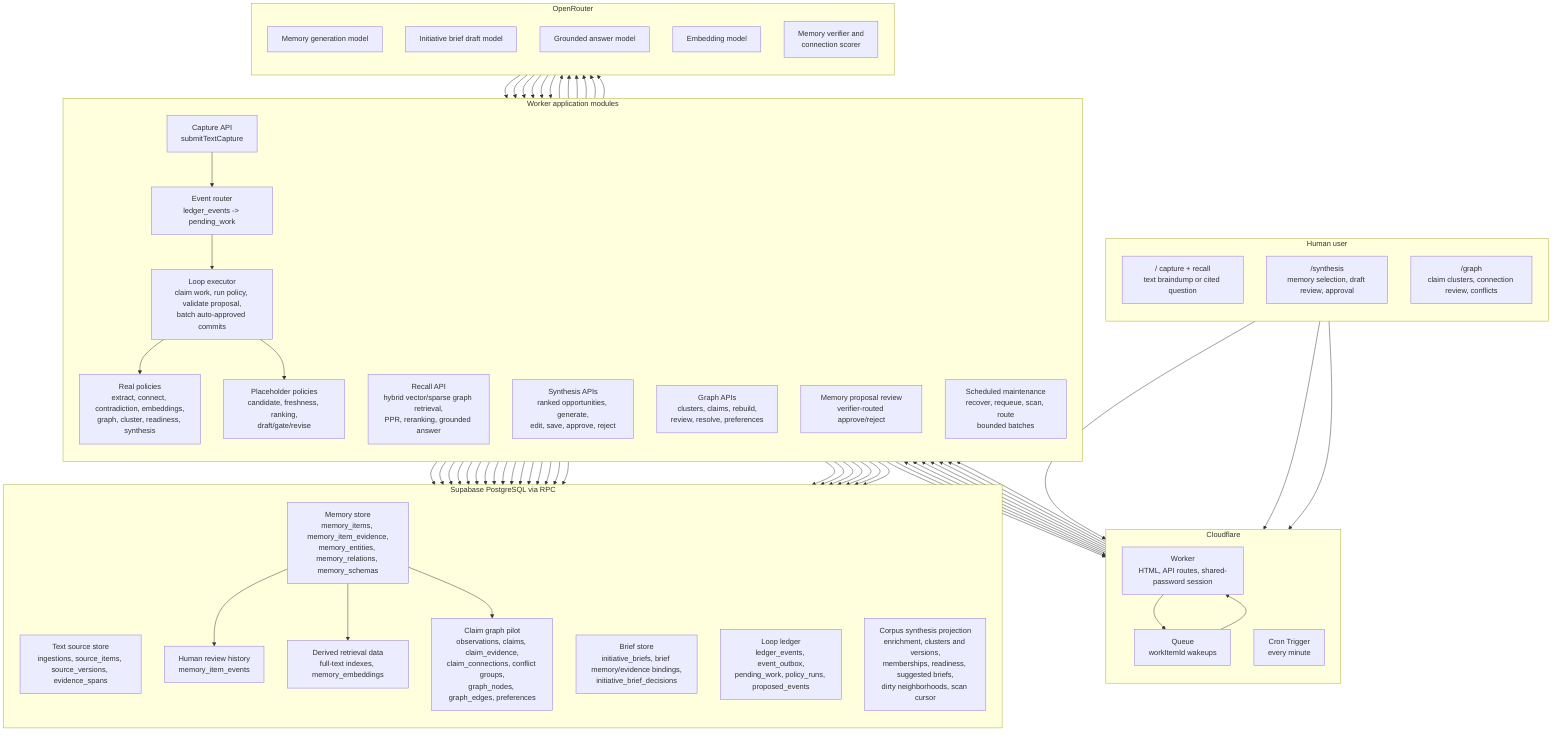
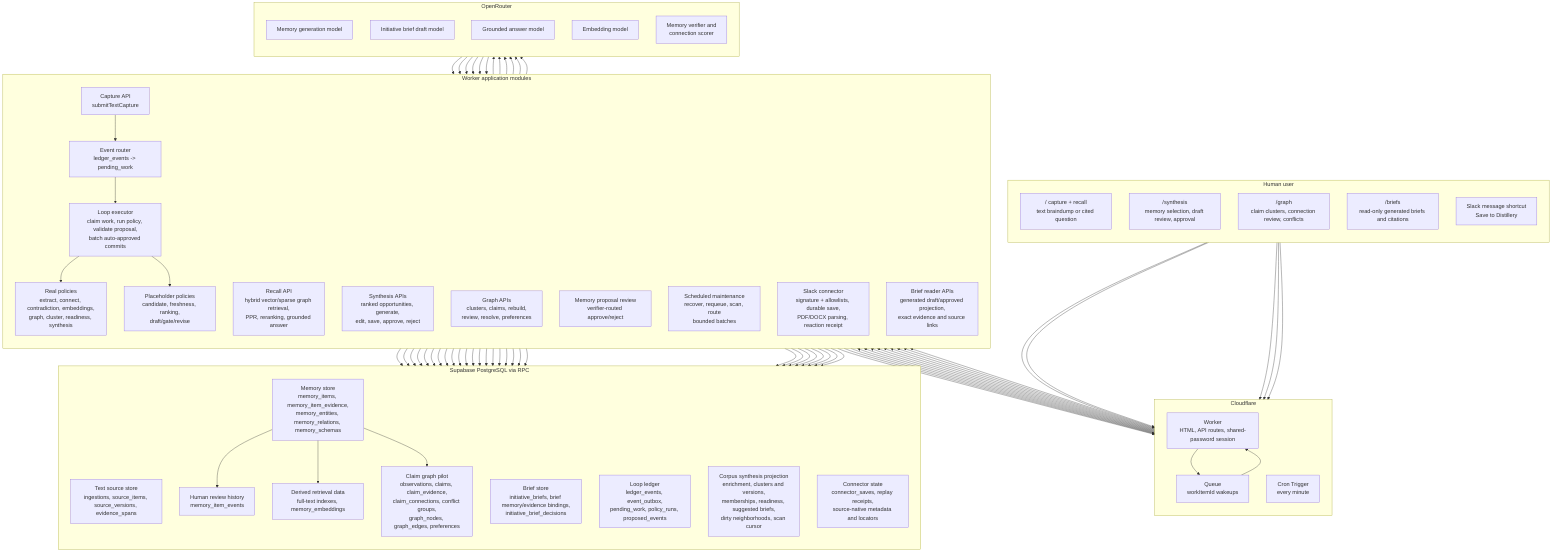
flowchart TB

%% DISTILLERY CURRENT SYSTEM
- %% Status: implemented private pilot through migration 0015 as of 2026-07-15.
+ %% Status: implemented private pilot through migration 0018 as of 2026-07-16.
%% PostgreSQL is canonical. Cloudflare Queue messages are wakeups only.

subgraph USER["Human user"]
  direction TB
  U1["/ capture + recall<br/>text braindump or cited question"]
  U2["/synthesis<br/>memory selection, draft review, approval"]
  U3["/graph<br/>claim clusters, connection review, conflicts"]
+   U4["/briefs<br/>read-only generated briefs and citations"]
+   U5["Slack message shortcut<br/>Save to Distillery"]
end

subgraph CF["Cloudflare"]
  direction TB
  W["Worker<br/>HTML, API routes, shared-password session"]
  Q["Queue<br/>workItemId wakeups"]
  CRON["Cron Trigger<br/>every minute"]
end

subgraph APP["Worker application modules"]
  direction TB
  A1["Capture API<br/>submitTextCapture"]
  A2["Recall API<br/>hybrid vector/sparse graph retrieval,<br/>PPR, reranking, grounded answer"]
  A3["Synthesis APIs<br/>ranked opportunities, generate,<br/>edit, save, approve, reject"]
  A4["Event router<br/>ledger_events -> pending_work"]
  A5["Loop executor<br/>claim work, run policy, validate proposal,<br/>batch auto-approved commits"]
  A6["Real policies<br/>extract, connect, contradiction, embeddings,<br/>graph, cluster, readiness, synthesis"]
  A7["Placeholder policies<br/>candidate, freshness, ranking,<br/>draft/gate/revise"]
  A8["Graph APIs<br/>clusters, claims, rebuild,<br/>review, resolve, preferences"]
  A9["Memory proposal review<br/>verifier-routed approve/reject"]
  A10["Scheduled maintenance<br/>recover, requeue, scan, route<br/>bounded batches"]
+   A11["Slack connector<br/>signature + allowlists, durable save,<br/>PDF/DOCX parsing, reaction receipt"]
+   A12["Brief reader APIs<br/>generated draft/approved projection,<br/>exact evidence and source links"]
end

subgraph MODEL["OpenRouter"]
  direction TB
  M1["Memory generation model"]
  M2["Initiative brief draft model"]
  M3["Grounded answer model"]
  M4["Embedding model"]
  M5["Memory verifier and<br/>connection scorer"]
end

subgraph DB["Supabase PostgreSQL via RPC"]
  direction TB
  D1["Text source store<br/>ingestions, source_items, source_versions, evidence_spans"]
  D2["Memory store<br/>memory_items, memory_item_evidence,<br/>memory_entities, memory_relations, memory_schemas"]
  D3["Human review history<br/>memory_item_events"]
  D4["Brief store<br/>initiative_briefs, brief memory/evidence bindings,<br/>initiative_brief_decisions"]
  D5["Loop ledger<br/>ledger_events, event_outbox,<br/>pending_work, policy_runs, proposed_events"]
  D6["Derived retrieval data<br/>full-text indexes, memory_embeddings"]
  D7["Claim graph pilot<br/>observations, claims, claim_evidence,<br/>claim_connections, conflict groups,<br/>graph_nodes, graph_edges, preferences"]
  D8["Corpus synthesis projection<br/>enrichment, clusters and versions,<br/>memberships, readiness, suggested briefs,<br/>dirty neighborhoods, scan cursor"]
+   D9["Connector state<br/>connector_saves, replay receipts,<br/>source-native metadata and locators"]
end

U1 --> W
U2 --> W
U3 --> W
+ U4 --> W
+ U5 --> W
W --> A1
W --> A2
W --> A3
W --> A8
W --> A9
+ W --> A11
+ W --> A12
W --> A4
Q --> W
W --> Q
CRON --> A10
A10 --> D5
A10 --> D8
A10 --> Q
+ 
+ A11 --> D9
+ A11 --> D1
+ A11 --> D5
+ A11 --> Q
+ A12 --> D4
+ A12 --> D1

A1 --> D1
A1 --> D5
A1 --> A4

A4 --> D5
A4 --> Q
A4 --> A5

A5 --> D5
A5 --> A6
A5 --> A7
A6 --> M1
A6 --> M2
A6 --> M4
A6 --> M5
M1 --> A6
M2 --> A6
M4 --> A6
M5 --> A6
A5 --> D2
A5 --> D4
A5 --> D5
A5 --> D7
A5 --> D8

A2 --> D2
A2 --> D1
A2 --> D6
A2 --> D7
A2 --> M3
M3 --> A2

A3 --> D2
A3 --> D1
A3 --> M2
M2 --> A3
A3 --> D4
A3 --> D8
A9 --> D5
A9 --> D2

D2 --> D3
D2 --> D6
D2 --> D7

A8 --> D7
A8 --> D2
